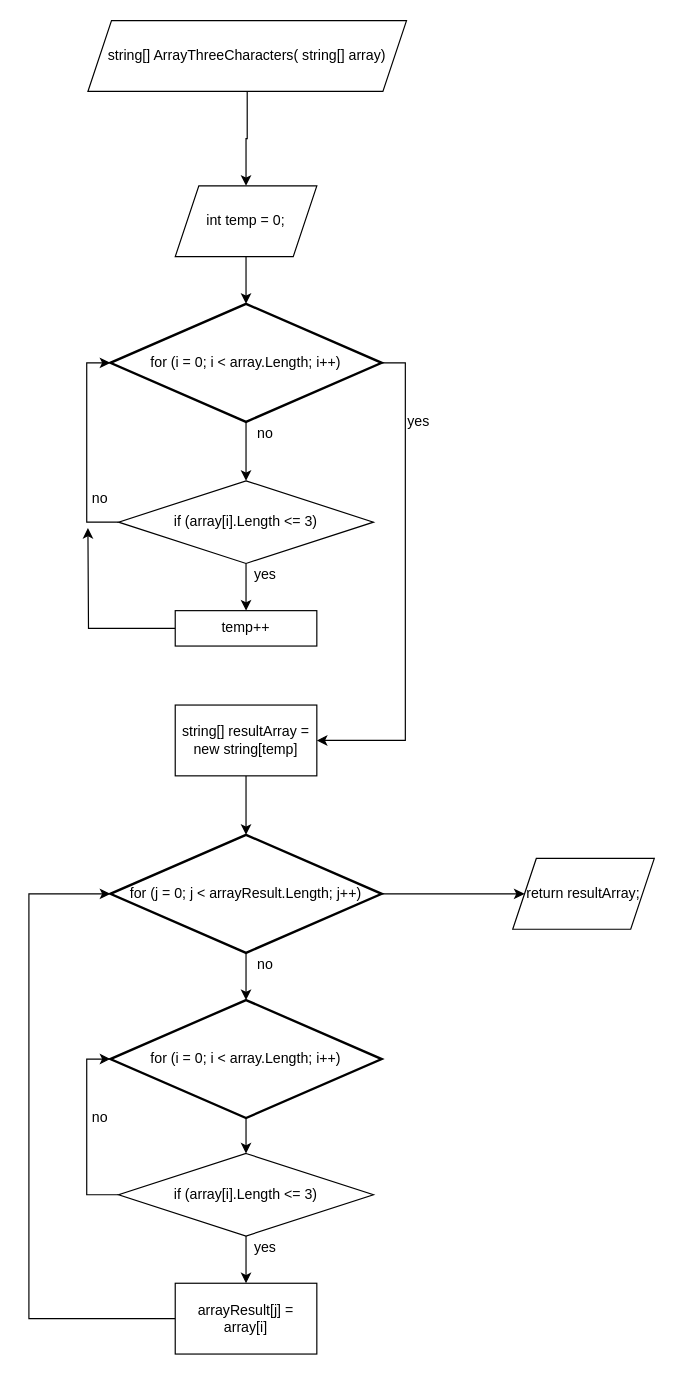
Roman-Gabdullin/FinalVerificationWork001 keeps this draw.io diagram as BlockDiagramFinal.drawio. Above is the earlier version. Source tidied: cells renumbered, new cells numbered last; positions are measured from the earlier drawing's top-left corner, leaving out a move shared by most shapes. Both pictures are drawn from the tidied source at 118%, with x=0, y=0 at pixel (28, 20).
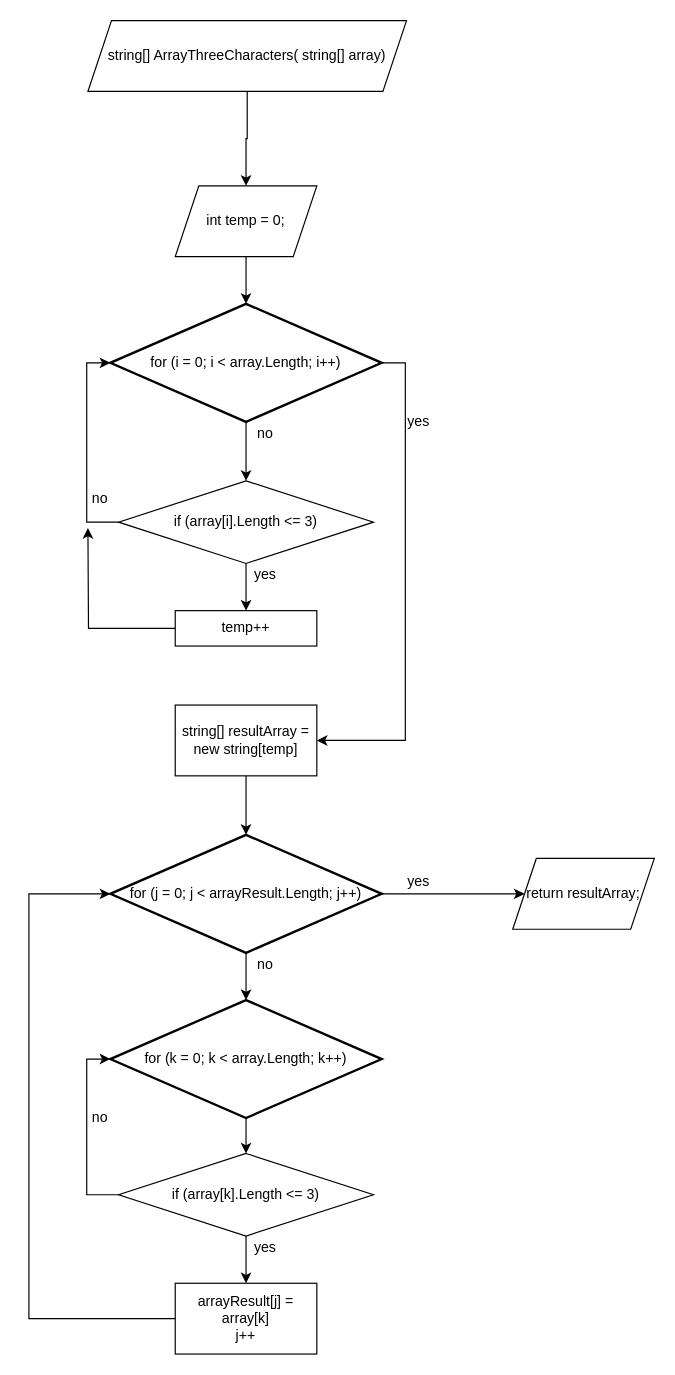
The same diagram, later.

Diff of the diagram source:
```diff
@@
-    <mxCell id="19" value="for (i = 0; i &amp;lt; array.Length; i++)" style="strokeWidth=2;html=1;shape=mxgraph.flowchart.decision;whiteSpace=wrap;" parent="1" vertex="1">
+    <mxCell id="19" value="for (k = 0; k &amp;lt; array.Length; k++)" style="strokeWidth=2;html=1;shape=mxgraph.flowchart.decision;whiteSpace=wrap;" parent="1" vertex="1">
       <mxGeometry x="69" y="830" width="230" height="100" as="geometry" />
     </mxCell>
@@
-    <mxCell id="22" value="if (array[i].Length &amp;lt;= 3)" style="rhombus;whiteSpace=wrap;html=1;" parent="1" vertex="1">
+    <mxCell id="22" value="if (array[k].Length &amp;lt;= 3)" style="rhombus;whiteSpace=wrap;html=1;" parent="1" vertex="1">
       <mxGeometry x="76" y="960" width="216" height="70" as="geometry" />
     </mxCell>
@@
-    <mxCell id="27" value="arrayResult[j] = array[i]" style="rounded=0;whiteSpace=wrap;html=1;" parent="1" vertex="1">
+    <mxCell id="27" value="arrayResult[j] = array[k]&lt;br&gt;j++" style="rounded=0;whiteSpace=wrap;html=1;" parent="1" vertex="1">
       <mxGeometry x="124" y="1070" width="120" height="60" as="geometry" />
     </mxCell>
@@
+    <mxCell id="34" value="yes" style="text;html=1;align=center;verticalAlign=middle;strokeColor=none;fillColor=none;" parent="1" vertex="1">
+      <mxGeometry x="310" y="715" width="40" height="30" as="geometry" />
+    </mxCell>
```
